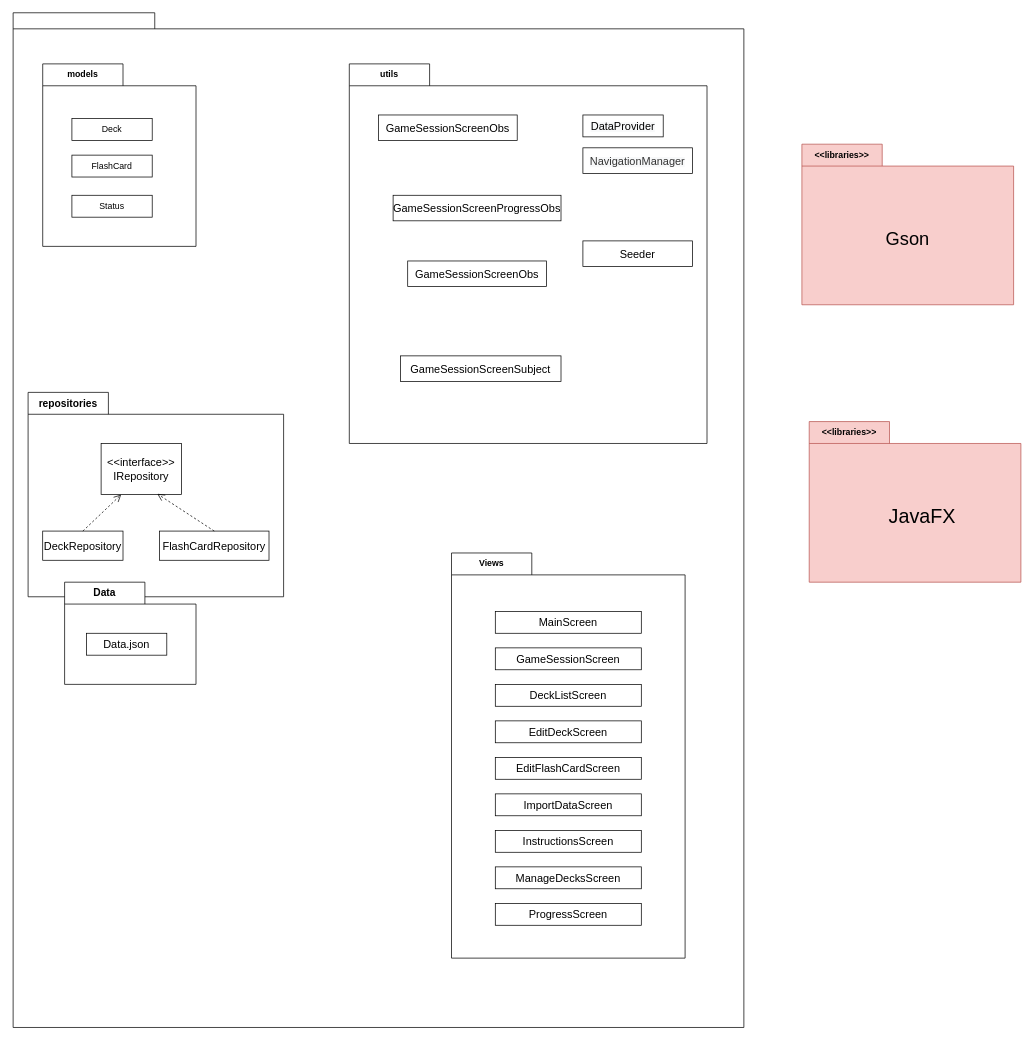
The draw.io diagram package.drawio in wasimic311/uml, before the edit. Source tidied: cells renumbered, new cells numbered last; positions are measured from the earlier drawing's top-left corner, leaving out a move shared by most shapes. Both pictures are drawn from the tidied source at 73%, with x=0, y=0 at pixel (13, 12).
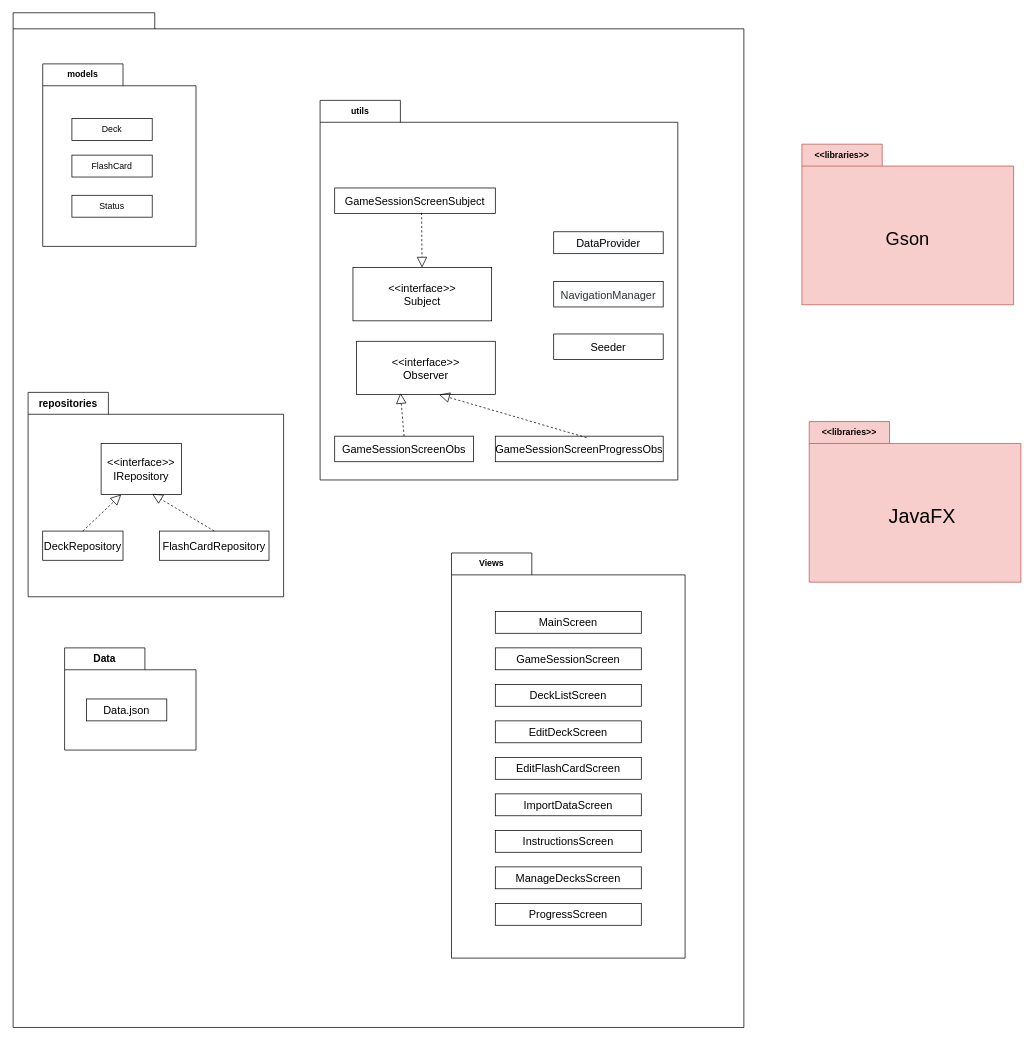
After the change.

The change refers to these unchanged cells:
```xml
<mxCell id="7" value="&lt;font style=&quot;font-size: 14px;&quot;&gt;repositories&lt;/font&gt;" style="shape=folder;fontStyle=1;tabWidth=110;tabHeight=30;tabPosition=left;html=1;boundedLbl=1;labelInHeader=1;whiteSpace=wrap;" parent="1" vertex="1">
  <mxGeometry x="20" y="520" width="350" height="280" as="geometry" />
</mxCell>
<mxCell id="8" value="&lt;font style=&quot;font-size: 15px;&quot;&gt;&amp;lt;&amp;lt;interface&amp;gt;&amp;gt;&lt;/font&gt;&lt;div&gt;&lt;font style=&quot;&quot;&gt;&lt;span style=&quot;font-size: 15px;&quot;&gt;IRepository&lt;/span&gt;&lt;br&gt;&lt;/font&gt;&lt;/div&gt;" style="html=1;whiteSpace=wrap;" parent="7" vertex="1">
  <mxGeometry width="110" height="70" relative="1" as="geometry">
    <mxPoint x="100" y="70" as="offset" />
  </mxGeometry>
</mxCell>
<mxCell id="9" value="&lt;font style=&quot;font-size: 15px;&quot;&gt;FlashCardRepository&lt;/font&gt;" style="html=1;whiteSpace=wrap;" parent="7" vertex="1">
  <mxGeometry x="180" y="190" width="150" height="40" as="geometry" />
</mxCell>
<mxCell id="10" value="&lt;font style=&quot;font-size: 15px;&quot;&gt;DeckRepository&lt;/font&gt;" style="html=1;whiteSpace=wrap;" parent="7" vertex="1">
  <mxGeometry x="20" y="190" width="110" height="40" as="geometry" />
</mxCell>
```

The edit, as a diff of the source:
```diff
@@
+    <mxCell id="12" style="endArrow=block;dashed=1;endFill=0;endSize=12;html=1;rounded=0;exitX=0.5;exitY=0;exitDx=0;exitDy=0;entryX=0.636;entryY=0.986;entryDx=0;entryDy=0;entryPerimeter=0;" parent="7" edge="1" source="9" target="8">
+      <mxGeometry relative="1" as="geometry" />
+    </mxCell>
-    <mxCell id="11" style="endArrow=open;startArrow=none;endFill=0;startFill=0;endSize=8;html=1;verticalAlign=bottom;dashed=1;labelBackgroundColor=none;rounded=0;exitX=0.5;exitY=0;exitDx=0;exitDy=0;entryX=0.25;entryY=1;entryDx=0;entryDy=0;" parent="7" edge="1" source="10" target="8">
+    <mxCell id="11" style="endArrow=block;dashed=1;endFill=0;endSize=12;html=1;rounded=0;exitX=0.5;exitY=0;exitDx=0;exitDy=0;entryX=0.25;entryY=1;entryDx=0;entryDy=0;" parent="7" edge="1" source="10" target="8">
       <mxGeometry relative="1" as="geometry" />
     </mxCell>
-    <mxCell id="12" style="endArrow=open;startArrow=none;endFill=0;startFill=0;endSize=8;html=1;verticalAlign=bottom;dashed=1;labelBackgroundColor=none;rounded=0;exitX=0.5;exitY=0;exitDx=0;exitDy=0;entryX=0.7;entryY=0.986;entryDx=0;entryDy=0;entryPerimeter=0;" parent="7" edge="1" source="9" target="8">
-      <mxGeometry relative="1" as="geometry" />
-    </mxCell>
@@
     <mxCell id="27" value="&lt;font style=&quot;font-size: 14px;&quot;&gt;Data&lt;/font&gt;" style="shape=folder;fontStyle=1;tabWidth=110;tabHeight=30;tabPosition=left;html=1;boundedLbl=1;labelInHeader=1;whiteSpace=wrap;" parent="1" vertex="1">
-      <mxGeometry x="70" y="780" width="180" height="140" as="geometry" />
+      <mxGeometry x="70" y="870" width="180" height="140" as="geometry" />
     </mxCell>
@@
     <mxCell id="29" value="utils" style="shape=folder;fontStyle=1;tabWidth=110;tabHeight=30;tabPosition=left;html=1;boundedLbl=1;labelInHeader=1;whiteSpace=wrap;" parent="1" vertex="1">
-      <mxGeometry x="460" y="70" width="490" height="520" as="geometry" />
+      <mxGeometry x="420" y="120" width="490" height="520" as="geometry" />
     </mxCell>
     <mxCell id="30" value="&lt;span style=&quot;font-family: Helvetica, &amp;quot;VP Default&amp;quot;; background-color: rgb(248, 249, 250);&quot;&gt;&lt;font style=&quot;font-size: 15px;&quot;&gt;DataProvider&lt;/font&gt;&lt;/span&gt;" style="html=1;whiteSpace=wrap;" parent="29" vertex="1">
-      <mxGeometry width="110" height="30" relative="1" as="geometry">
-        <mxPoint x="320" y="70" as="offset" />
+      <mxGeometry width="150" height="30" relative="1" as="geometry">
+        <mxPoint x="320" y="180" as="offset" />
       </mxGeometry>
     </mxCell>
     <mxCell id="31" value="&lt;span style=&quot;color: rgb(51, 51, 51); font-family: Helvetica, &amp;quot;VP Default&amp;quot;; background-color: rgb(248, 249, 250);&quot;&gt;&lt;font style=&quot;font-size: 15px;&quot;&gt;NavigationManager&lt;/font&gt;&lt;/span&gt;" style="html=1;whiteSpace=wrap;" parent="29" vertex="1">
-      <mxGeometry x="320" y="115" width="150" height="35" as="geometry" />
+      <mxGeometry x="320" y="248" width="150" height="35" as="geometry" />
     </mxCell>
     <mxCell id="32" value="&lt;span style=&quot;font-size: 15px;&quot;&gt;Seeder&lt;/span&gt;" style="html=1;whiteSpace=wrap;" parent="29" vertex="1">
-      <mxGeometry x="320" y="242.5" width="150" height="35" as="geometry" />
+      <mxGeometry x="320" y="320" width="150" height="35" as="geometry" />
     </mxCell>
     <mxCell id="33" value="&lt;span style=&quot;font-size: 15px;&quot;&gt;GameSessionScreenObs&lt;/span&gt;" style="html=1;whiteSpace=wrap;" parent="29" vertex="1">
-      <mxGeometry x="40" y="70" width="190" height="35" as="geometry" />
+      <mxGeometry x="20" y="460" width="190" height="35" as="geometry" />
     </mxCell>
     <mxCell id="34" value="&lt;span style=&quot;font-size: 15px;&quot;&gt;GameSessionScreenSubject&lt;/span&gt;" style="html=1;whiteSpace=wrap;" parent="29" vertex="1">
-      <mxGeometry x="70" y="400" width="220" height="35" as="geometry" />
+      <mxGeometry x="20" y="120" width="220" height="35" as="geometry" />
     </mxCell>
     <mxCell id="35" value="&lt;span style=&quot;font-size: 15px;&quot;&gt;GameSessionScreenProgressObs&lt;/span&gt;" style="html=1;whiteSpace=wrap;" parent="29" vertex="1">
-      <mxGeometry x="60" y="180" width="230" height="35" as="geometry" />
+      <mxGeometry x="240" y="460" width="230" height="35" as="geometry" />
     </mxCell>
-    <mxCell id="36" value="&lt;span style=&quot;font-size: 15px;&quot;&gt;GameSessionScreenObs&lt;/span&gt;" style="html=1;whiteSpace=wrap;" parent="29" vertex="1">
-      <mxGeometry x="80" y="270" width="190" height="35" as="geometry" />
-    </mxCell>
+    <mxCell id="37" value="&lt;span style=&quot;font-size: 15px;&quot;&gt;&amp;lt;&amp;lt;interface&amp;gt;&amp;gt;&lt;/span&gt;&lt;div&gt;&lt;span style=&quot;font-size: 15px;&quot;&gt;Observer&lt;/span&gt;&lt;/div&gt;" style="html=1;whiteSpace=wrap;" parent="29" vertex="1">
+      <mxGeometry x="50" y="330" width="190" height="73" as="geometry" />
+    </mxCell>
+    <mxCell id="38" style="endArrow=block;dashed=1;endFill=0;endSize=12;html=1;rounded=0;entryX=0.316;entryY=0.973;entryDx=0;entryDy=0;exitX=0.5;exitY=0;exitDx=0;exitDy=0;entryPerimeter=0;" parent="29" edge="1" source="33" target="37">
+      <mxGeometry relative="1" as="geometry" />
+    </mxCell>
+    <mxCell id="39" style="endArrow=block;dashed=1;endFill=0;endSize=12;html=1;rounded=0;exitX=0.543;exitY=0.057;exitDx=0;exitDy=0;entryX=0.595;entryY=1;entryDx=0;entryDy=0;exitPerimeter=0;entryPerimeter=0;" parent="29" edge="1" source="35" target="37">
+      <mxGeometry relative="1" as="geometry" />
+    </mxCell>
+    <mxCell id="40" value="&lt;span style=&quot;font-size: 15px;&quot;&gt;&amp;lt;&amp;lt;interface&amp;gt;&amp;gt;&lt;/span&gt;&lt;div&gt;&lt;span style=&quot;font-size: 15px;&quot;&gt;Subject&lt;/span&gt;&lt;/div&gt;" style="html=1;whiteSpace=wrap;" parent="29" vertex="1">
+      <mxGeometry x="45" y="229" width="190" height="73" as="geometry" />
+    </mxCell>
+    <mxCell id="41" style="endArrow=block;dashed=1;endFill=0;endSize=12;html=1;rounded=0;exitX=0.541;exitY=0.971;exitDx=0;exitDy=0;exitPerimeter=0;" parent="29" edge="1" source="34" target="40">
+      <mxGeometry relative="1" as="geometry" />
+    </mxCell>
```
